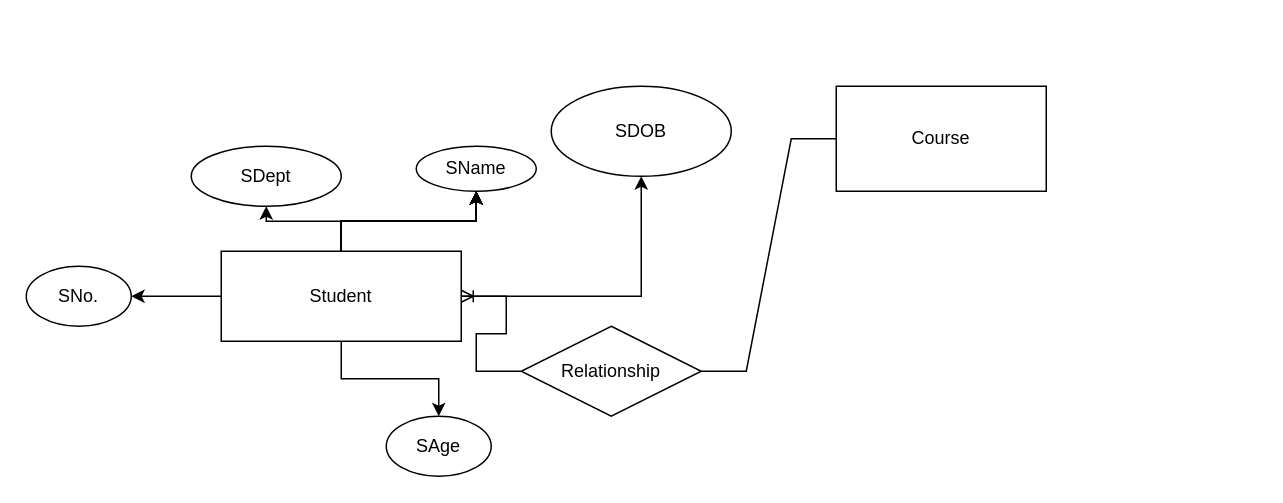
ahsansiddiqui2/ER_Diagram keeps this draw.io diagram as Untitled Diagram.drawio. Above is the earlier version. Source tidied: cells renumbered, new cells numbered last; positions are measured from the earlier drawing's top-left corner, leaving out a move shared by most shapes. Both pictures are drawn from the tidied source at 150%, with x=0, y=0 at pixel (26, 86).
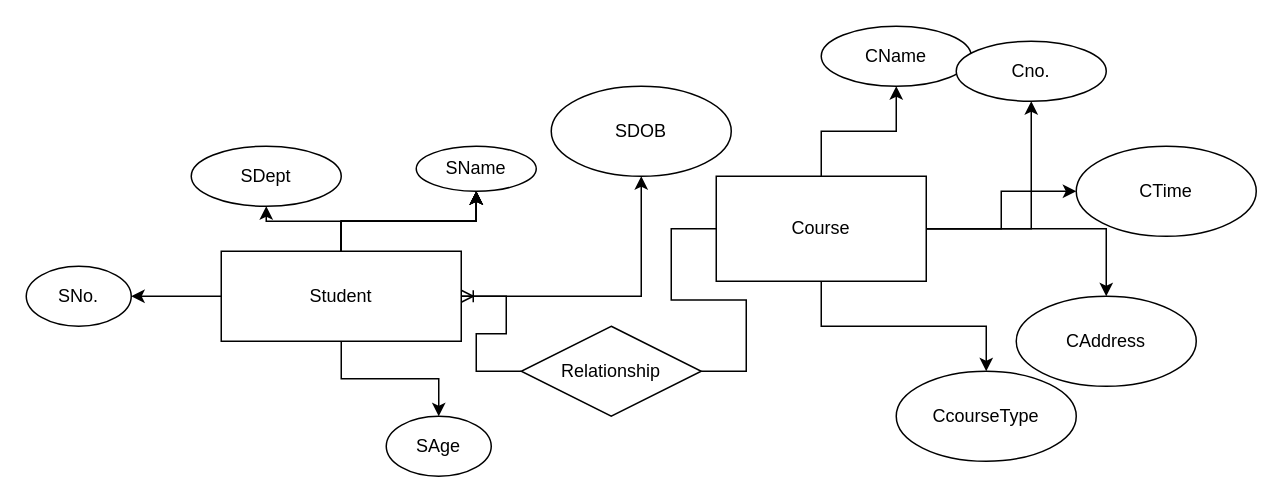
The same page after the edit.

The edit, as a diff of the source:
```diff
@@
+    <mxCell id="21" style="edgeStyle=orthogonalEdgeStyle;rounded=0;jettySize=auto;html=1;" parent="1" edge="1" source="17" target="26">
+      <mxGeometry relative="1" as="geometry" />
+    </mxCell>
+    <mxCell id="22" style="edgeStyle=orthogonalEdgeStyle;rounded=0;jettySize=auto;html=1;" parent="1" edge="1" source="17" target="27">
+      <mxGeometry relative="1" as="geometry" />
+    </mxCell>
+    <mxCell id="23" style="edgeStyle=orthogonalEdgeStyle;rounded=0;jettySize=auto;html=1;" parent="1" edge="1" source="17" target="28">
+      <mxGeometry relative="1" as="geometry" />
+    </mxCell>
+    <mxCell id="24" style="edgeStyle=orthogonalEdgeStyle;rounded=0;jettySize=auto;html=1;" parent="1" edge="1" source="17" target="29">
+      <mxGeometry relative="1" as="geometry" />
+    </mxCell>
+    <mxCell id="25" style="edgeStyle=orthogonalEdgeStyle;rounded=0;jettySize=auto;html=1;" parent="1" edge="1" source="17" target="30">
+      <mxGeometry relative="1" as="geometry" />
+    </mxCell>
     <mxCell id="17" value="Course" style="whiteSpace=wrap;html=1;align=center;" parent="1" vertex="1">
-      <mxGeometry x="540" width="140" height="70" as="geometry" />
+      <mxGeometry x="460" y="60" width="140" height="70" as="geometry" />
     </mxCell>
@@
+    <mxCell id="26" value="CName" style="ellipse;whiteSpace=wrap;html=1;align=center;" parent="1" vertex="1">
+      <mxGeometry x="530" y="-40" width="100" height="40" as="geometry" />
+    </mxCell>
+    <mxCell id="27" value="Cno." style="ellipse;whiteSpace=wrap;html=1;align=center;" parent="1" vertex="1">
+      <mxGeometry x="620" y="-30" width="100" height="40" as="geometry" />
+    </mxCell>
+    <mxCell id="28" value="CTime" style="ellipse;whiteSpace=wrap;html=1;" parent="1" vertex="1">
+      <mxGeometry x="700" y="40" width="120" height="60" as="geometry" />
+    </mxCell>
+    <mxCell id="29" value="CAddress" style="ellipse;whiteSpace=wrap;html=1;" parent="1" vertex="1">
+      <mxGeometry x="660" y="140" width="120" height="60" as="geometry" />
+    </mxCell>
+    <mxCell id="30" value="CcourseType" style="ellipse;whiteSpace=wrap;html=1;" parent="1" vertex="1">
+      <mxGeometry x="580" y="190" width="120" height="60" as="geometry" />
+    </mxCell>
```
